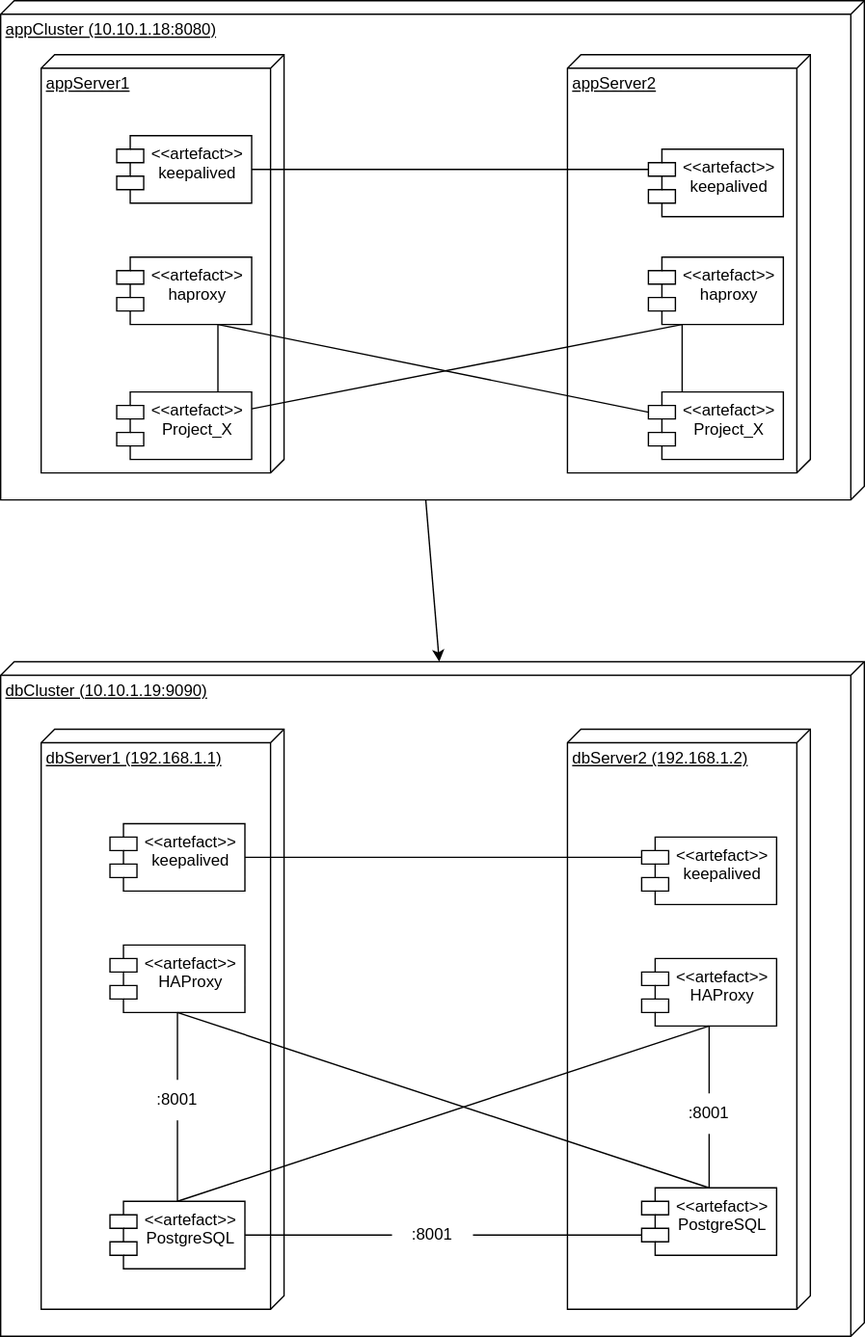
This is DeployDiagram.svg from LordOfPhys/project_x, a draw.io export, as it was before one commit. Source tidied: cells renumbered, new cells last; positions are measured from the earlier drawing's top-left corner, leaving out a move shared by most shapes.
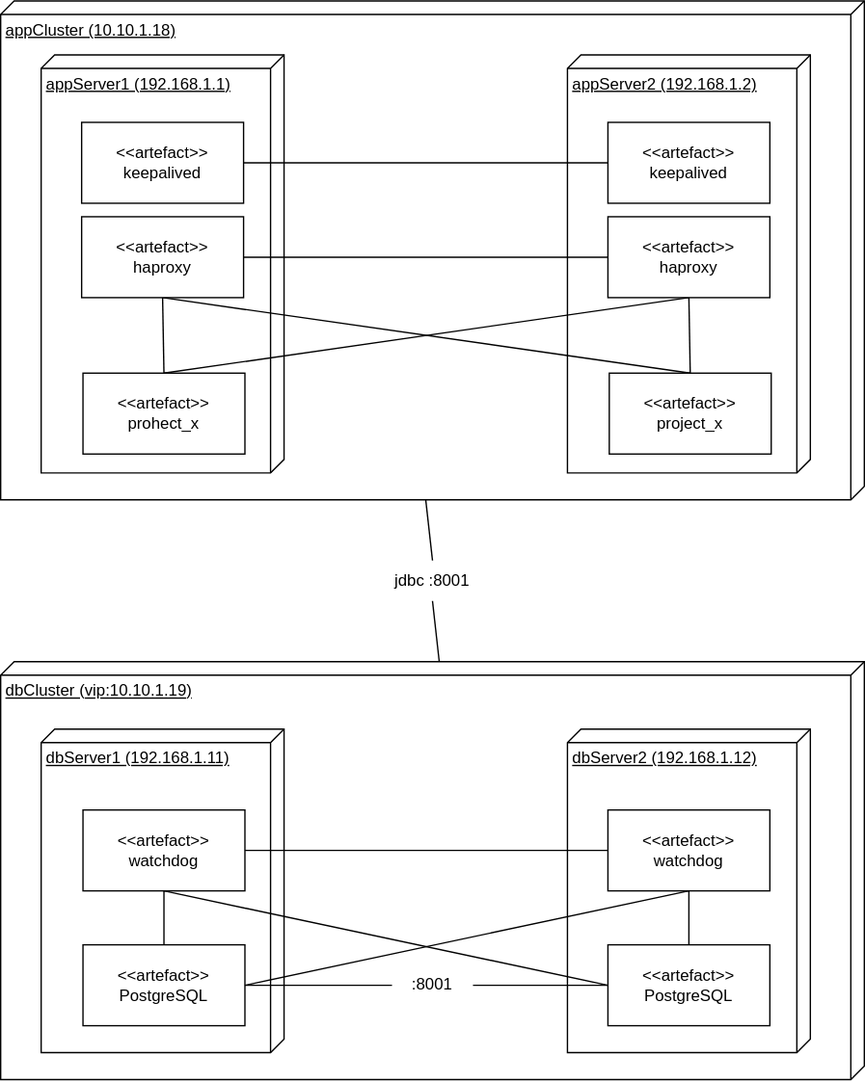
Later version of the same file.

What changed in the source:
```diff
@@ -2,113 +2,110 @@
   <root>
     <mxCell id="0" />
     <mxCell id="1" parent="0" />
-    <mxCell id="2" value="dbCluster (10.10.1.19:9090)" style="verticalAlign=top;align=left;spacingTop=8;spacingLeft=2;spacingRight=12;shape=cube;size=10;direction=south;fontStyle=4;html=1;" parent="1" vertex="1">
-      <mxGeometry y="490" width="640" height="500" as="geometry" />
+    <mxCell id="2" value="dbCluster (vip:10.10.1.19)" style="verticalAlign=top;align=left;spacingTop=8;spacingLeft=2;spacingRight=12;shape=cube;size=10;direction=south;fontStyle=4;html=1;" parent="1" vertex="1">
+      <mxGeometry y="490" width="640" height="310" as="geometry" />
     </mxCell>
-    <mxCell id="3" value="appCluster (10.10.1.18:8080)" style="verticalAlign=top;align=left;spacingTop=8;spacingLeft=2;spacingRight=12;shape=cube;size=10;direction=south;fontStyle=4;html=1;" parent="1" vertex="1">
+    <mxCell id="3" value="appCluster (10.10.1.18)" style="verticalAlign=top;align=left;spacingTop=8;spacingLeft=2;spacingRight=12;shape=cube;size=10;direction=south;fontStyle=4;html=1;" parent="1" vertex="1">
       <mxGeometry width="640" height="370" as="geometry" />
     </mxCell>
-    <mxCell id="4" value="appServer2" style="verticalAlign=top;align=left;spacingTop=8;spacingLeft=2;spacingRight=12;shape=cube;size=10;direction=south;fontStyle=4;html=1;" parent="1" vertex="1">
+    <mxCell id="4" value="appServer2 (192.168.1.2)" style="verticalAlign=top;align=left;spacingTop=8;spacingLeft=2;spacingRight=12;shape=cube;size=10;direction=south;fontStyle=4;html=1;" parent="1" vertex="1">
       <mxGeometry x="420" y="40" width="180" height="310" as="geometry" />
     </mxCell>
-    <mxCell id="5" value="dbServer1 (192.168.1.1)" style="verticalAlign=top;align=left;spacingTop=8;spacingLeft=2;spacingRight=12;shape=cube;size=10;direction=south;fontStyle=4;html=1;" parent="1" vertex="1">
-      <mxGeometry x="30" y="540" width="180" height="430" as="geometry" />
+    <mxCell id="5" value="dbServer1 (192.168.1.11)" style="verticalAlign=top;align=left;spacingTop=8;spacingLeft=2;spacingRight=12;shape=cube;size=10;direction=south;fontStyle=4;html=1;" parent="1" vertex="1">
+      <mxGeometry x="30" y="540" width="180" height="240" as="geometry" />
     </mxCell>
-    <mxCell id="6" value="dbServer2 (192.168.1.2)" style="verticalAlign=top;align=left;spacingTop=8;spacingLeft=2;spacingRight=12;shape=cube;size=10;direction=south;fontStyle=4;html=1;" parent="1" vertex="1">
-      <mxGeometry x="420" y="540" width="180" height="430" as="geometry" />
+    <mxCell id="6" value="dbServer2 (192.168.1.12)" style="verticalAlign=top;align=left;spacingTop=8;spacingLeft=2;spacingRight=12;shape=cube;size=10;direction=south;fontStyle=4;html=1;" parent="1" vertex="1">
+      <mxGeometry x="420" y="540" width="180" height="240" as="geometry" />
     </mxCell>
-    <mxCell id="7" value="appServer1" style="verticalAlign=top;align=left;spacingTop=8;spacingLeft=2;spacingRight=12;shape=cube;size=10;direction=south;fontStyle=4;html=1;" parent="1" vertex="1">
+    <mxCell id="7" value="appServer1 (192.168.1.1)" style="verticalAlign=top;align=left;spacingTop=8;spacingLeft=2;spacingRight=12;shape=cube;size=10;direction=south;fontStyle=4;html=1;" parent="1" vertex="1">
       <mxGeometry x="30" y="40" width="180" height="310" as="geometry" />
     </mxCell>
-    <mxCell id="8" value="&lt;&lt;artefact&gt;&gt;&#10;Project_X" style="shape=module;align=right;spacingLeft=20;align=center;verticalAlign=top;" parent="1" vertex="1">
-      <mxGeometry x="86" y="290" width="100" height="50" as="geometry" />
-    </mxCell>
-    <mxCell id="9" value="&lt;&lt;artefact&gt;&gt;&#10;Project_X" style="shape=module;align=left;spacingLeft=20;align=center;verticalAlign=top;" parent="1" vertex="1">
-      <mxGeometry x="480" y="290" width="100" height="50" as="geometry" />
-    </mxCell>
-    <mxCell id="10" value="&lt;&lt;artefact&gt;&gt;&#10;haproxy" style="shape=module;align=right;spacingLeft=20;align=center;verticalAlign=top;" parent="1" vertex="1">
-      <mxGeometry x="86" y="190" width="100" height="50" as="geometry" />
-    </mxCell>
-    <mxCell id="11" value="&lt;&lt;artefact&gt;&gt;&#10;haproxy" style="shape=module;align=right;spacingLeft=20;align=center;verticalAlign=top;" parent="1" vertex="1">
-      <mxGeometry x="480" y="190" width="100" height="50" as="geometry" />
-    </mxCell>
-    <mxCell id="12" style="endArrow=none;html=1;rounded=0;entryX=0.5;entryY=1;entryDx=0;entryDy=0;exitX=0.5;exitY=0;exitDx=0;exitDy=0;startArrow=none;" parent="1" edge="1" source="21" target="16">
-      <mxGeometry relative="1" as="geometry" />
-    </mxCell>
-    <mxCell id="13" value="&lt;&lt;artefact&gt;&gt;&#10;PostgreSQL" style="shape=module;align=right;spacingLeft=20;align=center;verticalAlign=top;" parent="1" vertex="1">
-      <mxGeometry x="81" y="890" width="100" height="50" as="geometry" />
-    </mxCell>
-    <mxCell id="14" value="&lt;&lt;artefact&gt;&gt;&#10;PostgreSQL" style="shape=module;align=right;spacingLeft=20;align=center;verticalAlign=top;" parent="1" vertex="1">
-      <mxGeometry x="475" y="880" width="100" height="50" as="geometry" />
-    </mxCell>
-    <mxCell id="15" value="&lt;&lt;artefact&gt;&gt;&#10;HAProxy" style="shape=module;align=right;spacingLeft=20;align=center;verticalAlign=top;" parent="1" vertex="1">
-      <mxGeometry x="81" y="700" width="100" height="50" as="geometry" />
-    </mxCell>
-    <mxCell id="16" value="&lt;&lt;artefact&gt;&gt;&#10;HAProxy" style="shape=module;align=right;spacingLeft=20;align=center;verticalAlign=top;" parent="1" vertex="1">
-      <mxGeometry x="475" y="710" width="100" height="50" as="geometry" />
-    </mxCell>
-    <mxCell id="17" style="endArrow=none;html=1;rounded=0;entryX=0.5;entryY=1;entryDx=0;entryDy=0;exitX=0.5;exitY=0;exitDx=0;exitDy=0;startArrow=none;" parent="1" edge="1" source="23" target="15">
-      <mxGeometry relative="1" as="geometry" />
-    </mxCell>
-    <mxCell id="18" style="endArrow=none;html=1;rounded=0;entryX=1;entryY=0.5;entryDx=0;entryDy=0;exitX=0;exitY=0.5;exitDx=0;exitDy=0;startArrow=none;" parent="1" edge="1" source="28" target="13">
+    <mxCell id="18" style="endArrow=none;html=1;rounded=0;entryX=1;entryY=0.5;entryDx=0;entryDy=0;exitX=0;exitY=0.5;exitDx=0;exitDy=0;startArrow=none;" parent="1" edge="1" source="28" target="43">
       <mxGeometry relative="1" as="geometry" />
     </mxCell>
-    <mxCell id="19" style="endArrow=none;html=1;rounded=0;entryX=0.5;entryY=1;entryDx=0;entryDy=0;exitX=0.5;exitY=0;exitDx=0;exitDy=0;" parent="1" edge="1" source="14" target="15">
-      <mxGeometry relative="1" as="geometry" />
-    </mxCell>
-    <mxCell id="20" style="endArrow=none;html=1;rounded=0;entryX=0.5;entryY=1;entryDx=0;entryDy=0;exitX=0.5;exitY=0;exitDx=0;exitDy=0;" parent="1" edge="1" source="13" target="16">
-      <mxGeometry relative="1" as="geometry" />
-    </mxCell>
-    <mxCell id="21" value=":8001" style="text;html=1;strokeColor=none;fillColor=none;align=center;verticalAlign=middle;whiteSpace=wrap;rounded=0;" parent="1" vertex="1">
-      <mxGeometry x="495" y="810" width="60" height="30" as="geometry" />
-    </mxCell>
-    <mxCell id="22" style="endArrow=none;html=1;rounded=0;entryX=0.5;entryY=1;entryDx=0;entryDy=0;exitX=0.5;exitY=0;exitDx=0;exitDy=0;" parent="1" edge="1" source="14" target="21">
-      <mxGeometry relative="1" as="geometry" />
-    </mxCell>
-    <mxCell id="23" value=":8001" style="text;html=1;strokeColor=none;fillColor=none;align=center;verticalAlign=middle;whiteSpace=wrap;rounded=0;" parent="1" vertex="1">
-      <mxGeometry x="101" y="800" width="60" height="30" as="geometry" />
-    </mxCell>
-    <mxCell id="24" style="endArrow=none;html=1;rounded=0;entryX=0.5;entryY=1;entryDx=0;entryDy=0;exitX=0.5;exitY=0;exitDx=0;exitDy=0;" parent="1" edge="1" source="13" target="23">
-      <mxGeometry relative="1" as="geometry" />
-    </mxCell>
-    <mxCell id="25" value="&lt;&lt;artefact&gt;&gt;&#10;keepalived" style="shape=module;align=right;spacingLeft=20;align=center;verticalAlign=top;" parent="1" vertex="1">
-      <mxGeometry x="81" y="610" width="100" height="50" as="geometry" />
-    </mxCell>
-    <mxCell id="26" value="&lt;&lt;artefact&gt;&gt;&#10;keepalived" style="shape=module;align=right;spacingLeft=20;align=center;verticalAlign=top;" parent="1" vertex="1">
-      <mxGeometry x="475" y="620" width="100" height="50" as="geometry" />
-    </mxCell>
-    <mxCell id="27" style="endArrow=none;html=1;rounded=0;entryX=1;entryY=0.5;entryDx=0;entryDy=0;exitX=0;exitY=0;exitDx=0;exitDy=15;exitPerimeter=0;" parent="1" edge="1" source="26" target="25">
-      <mxGeometry relative="1" as="geometry" />
-    </mxCell>
     <mxCell id="28" value=":8001" style="text;html=1;strokeColor=none;fillColor=none;align=center;verticalAlign=middle;whiteSpace=wrap;rounded=0;" parent="1" vertex="1">
-      <mxGeometry x="290" y="900" width="60" height="30" as="geometry" />
+      <mxGeometry x="290" y="715" width="60" height="30" as="geometry" />
     </mxCell>
-    <mxCell id="29" style="endArrow=none;html=1;rounded=0;entryX=1;entryY=0.5;entryDx=0;entryDy=0;exitX=0;exitY=0;exitDx=0;exitDy=35;exitPerimeter=0;" parent="1" edge="1" source="14" target="28">
+    <mxCell id="29" style="endArrow=none;html=1;rounded=0;entryX=1;entryY=0.5;entryDx=0;entryDy=0;exitX=0;exitY=0.5;exitDx=0;exitDy=0;" parent="1" edge="1" source="44" target="28">
       <mxGeometry relative="1" as="geometry" />
     </mxCell>
-    <mxCell id="30" value="&lt;&lt;artefact&gt;&gt;&#10;keepalived" style="shape=module;align=right;spacingLeft=20;align=center;verticalAlign=top;" parent="1" vertex="1">
-      <mxGeometry x="86" y="100" width="100" height="50" as="geometry" />
-    </mxCell>
-    <mxCell id="31" style="endArrow=none;html=1;rounded=0;entryX=1;entryY=0.5;entryDx=0;entryDy=0;exitX=0;exitY=0;exitDx=0;exitDy=15;exitPerimeter=0;" parent="1" edge="1" source="32" target="30">
+    <mxCell id="31" style="endArrow=none;html=1;rounded=0;entryX=1;entryY=0.5;entryDx=0;entryDy=0;exitX=0;exitY=0.5;exitDx=0;exitDy=0;" parent="1" edge="1" source="51" target="50">
       <mxGeometry relative="1" as="geometry" />
     </mxCell>
-    <mxCell id="32" value="&lt;&lt;artefact&gt;&gt;&#10;keepalived" style="shape=module;align=right;spacingLeft=20;align=center;verticalAlign=top;" parent="1" vertex="1">
-      <mxGeometry x="480" y="110" width="100" height="50" as="geometry" />
-    </mxCell>
-    <mxCell id="33" style="endArrow=none;html=1;rounded=0;entryX=0.75;entryY=1;entryDx=0;entryDy=0;exitX=0;exitY=0;exitDx=0;exitDy=15;exitPerimeter=0;" parent="1" edge="1" source="9" target="10">
+    <mxCell id="33" style="endArrow=none;html=1;rounded=0;entryX=0.5;entryY=1;entryDx=0;entryDy=0;exitX=0.5;exitY=0;exitDx=0;exitDy=0;" parent="1" edge="1" source="57" target="52">
       <mxGeometry relative="1" as="geometry" />
     </mxCell>
-    <mxCell id="34" style="endArrow=none;html=1;rounded=0;entryX=0.75;entryY=1;entryDx=0;entryDy=0;exitX=0.75;exitY=0;exitDx=0;exitDy=0;" parent="1" edge="1" source="8" target="10">
-      <mxGeometry relative="1" as="geometry" />
-    </mxCell>
-    <mxCell id="35" style="endArrow=none;html=1;rounded=0;exitX=0.25;exitY=1;exitDx=0;exitDy=0;entryX=1;entryY=0.25;entryDx=0;entryDy=0;" parent="1" edge="1" source="11" target="8">
+    <mxCell id="35" style="endArrow=none;html=1;rounded=0;exitX=0.5;exitY=1;exitDx=0;exitDy=0;entryX=0.5;entryY=0;entryDx=0;entryDy=0;" parent="1" edge="1" source="53" target="55">
       <mxGeometry relative="1" as="geometry" />
     </mxCell>
-    <mxCell id="36" style="endArrow=none;html=1;rounded=0;entryX=0.25;entryY=0;entryDx=0;entryDy=0;exitX=0.25;exitY=1;exitDx=0;exitDy=0;" parent="1" edge="1" source="11" target="9">
-      <mxGeometry relative="1" as="geometry" />
+    <mxCell id="36" style="endArrow=none;html=1;rounded=0;entryX=0.25;entryY=0;entryDx=0;entryDy=0;exitX=0.25;exitY=1;exitDx=0;exitDy=0;" parent="1" edge="1">
+      <mxGeometry relative="1" as="geometry">
+        <mxPoint x="505" y="280" as="sourcePoint" />
+        <mxPoint x="505" y="290" as="targetPoint" />
+      </mxGeometry>
     </mxCell>
-    <mxCell id="37" style="endArrow=classic;html=1;rounded=0;entryX=0;entryY=0;entryDx=0;entryDy=315;entryPerimeter=0;exitX=0;exitY=0;exitDx=370;exitDy=325;exitPerimeter=0;" parent="1" edge="1" source="3" target="2">
-      <mxGeometry relative="1" as="geometry" />
-    </mxCell>
+    <mxCell id="38" style="endArrow=none;html=1;rounded=0;entryX=0;entryY=0;entryDx=0;entryDy=315;entryPerimeter=0;exitX=0.5;exitY=1;exitDx=0;exitDy=0;startArrow=none;" parent="1" edge="1" source="39" target="2">
+      <mxGeometry relative="1" as="geometry" />
+    </mxCell>
+    <mxCell id="39" value="jdbc :8001" style="text;html=1;strokeColor=none;fillColor=none;align=center;verticalAlign=middle;whiteSpace=wrap;rounded=0;" parent="1" vertex="1">
+      <mxGeometry x="290" y="415" width="60" height="30" as="geometry" />
+    </mxCell>
+    <mxCell id="40" style="endArrow=none;html=1;rounded=0;entryX=0.5;entryY=0;entryDx=0;entryDy=0;exitX=0;exitY=0;exitDx=370;exitDy=325;exitPerimeter=0;" parent="1" edge="1" source="3" target="39">
+      <mxGeometry relative="1" as="geometry" />
+    </mxCell>
+    <mxCell id="41" value="&amp;lt;&amp;lt;artefact&amp;gt;&amp;gt;&lt;br style=&quot;padding: 0px; margin: 0px;&quot;&gt;watchdog" style="rounded=0;whiteSpace=wrap;html=1;" parent="1" vertex="1">
+      <mxGeometry x="61" y="600" width="120" height="60" as="geometry" />
+    </mxCell>
+    <mxCell id="42" value="&amp;lt;&amp;lt;artefact&amp;gt;&amp;gt;&lt;br style=&quot;padding: 0px; margin: 0px;&quot;&gt;watchdog" style="rounded=0;whiteSpace=wrap;html=1;" parent="1" vertex="1">
+      <mxGeometry x="450" y="600" width="120" height="60" as="geometry" />
+    </mxCell>
+    <mxCell id="43" value="&amp;lt;&amp;lt;artefact&amp;gt;&amp;gt;&lt;br style=&quot;padding: 0px; margin: 0px;&quot;&gt;PostgreSQL" style="rounded=0;whiteSpace=wrap;html=1;" parent="1" vertex="1">
+      <mxGeometry x="61" y="700" width="120" height="60" as="geometry" />
+    </mxCell>
+    <mxCell id="44" value="&amp;lt;&amp;lt;artefact&amp;gt;&amp;gt;&lt;br style=&quot;padding: 0px; margin: 0px;&quot;&gt;PostgreSQL" style="rounded=0;whiteSpace=wrap;html=1;" parent="1" vertex="1">
+      <mxGeometry x="450" y="700" width="120" height="60" as="geometry" />
+    </mxCell>
+    <mxCell id="45" style="endArrow=none;html=1;rounded=0;exitX=1;exitY=0.5;exitDx=0;exitDy=0;entryX=0;entryY=0.5;entryDx=0;entryDy=0;" parent="1" edge="1" source="41" target="42">
+      <mxGeometry relative="1" as="geometry" />
+    </mxCell>
+    <mxCell id="46" style="endArrow=none;html=1;rounded=0;entryX=0.5;entryY=1;entryDx=0;entryDy=0;exitX=0.5;exitY=0;exitDx=0;exitDy=0;" parent="1" edge="1" source="43" target="41">
+      <mxGeometry relative="1" as="geometry" />
+    </mxCell>
+    <mxCell id="47" style="endArrow=none;html=1;rounded=0;exitX=0.5;exitY=1;exitDx=0;exitDy=0;entryX=0;entryY=0.5;entryDx=0;entryDy=0;" parent="1" edge="1" source="41" target="44">
+      <mxGeometry relative="1" as="geometry" />
+    </mxCell>
+    <mxCell id="48" style="endArrow=none;html=1;rounded=0;exitX=1;exitY=0.5;exitDx=0;exitDy=0;entryX=0.5;entryY=1;entryDx=0;entryDy=0;" parent="1" edge="1" source="43" target="42">
+      <mxGeometry relative="1" as="geometry" />
+    </mxCell>
+    <mxCell id="49" style="endArrow=none;html=1;rounded=0;exitX=0.5;exitY=0;exitDx=0;exitDy=0;entryX=0.5;entryY=1;entryDx=0;entryDy=0;" parent="1" edge="1" source="44" target="42">
+      <mxGeometry relative="1" as="geometry" />
+    </mxCell>
+    <mxCell id="50" value="&amp;lt;&amp;lt;artefact&amp;gt;&amp;gt;&lt;br style=&quot;padding: 0px; margin: 0px;&quot;&gt;keepalived" style="rounded=0;whiteSpace=wrap;html=1;" parent="1" vertex="1">
+      <mxGeometry x="60" y="90" width="120" height="60" as="geometry" />
+    </mxCell>
+    <mxCell id="51" value="&amp;lt;&amp;lt;artefact&amp;gt;&amp;gt;&lt;br style=&quot;padding: 0px; margin: 0px;&quot;&gt;keepalived" style="rounded=0;whiteSpace=wrap;html=1;" parent="1" vertex="1">
+      <mxGeometry x="450" y="90" width="120" height="60" as="geometry" />
+    </mxCell>
+    <mxCell id="52" value="&amp;lt;&amp;lt;artefact&amp;gt;&amp;gt;&lt;br style=&quot;padding: 0px; margin: 0px;&quot;&gt;haproxy" style="rounded=0;whiteSpace=wrap;html=1;" parent="1" vertex="1">
+      <mxGeometry x="60" y="160" width="120" height="60" as="geometry" />
+    </mxCell>
+    <mxCell id="53" value="&amp;lt;&amp;lt;artefact&amp;gt;&amp;gt;&lt;br style=&quot;padding: 0px; margin: 0px;&quot;&gt;haproxy" style="rounded=0;whiteSpace=wrap;html=1;" parent="1" vertex="1">
+      <mxGeometry x="450" y="160" width="120" height="60" as="geometry" />
+    </mxCell>
+    <mxCell id="54" style="endArrow=none;html=1;rounded=0;entryX=1;entryY=0.5;entryDx=0;entryDy=0;exitX=0;exitY=0.5;exitDx=0;exitDy=0;" parent="1" edge="1" source="53" target="52">
+      <mxGeometry relative="1" as="geometry" />
+    </mxCell>
+    <mxCell id="55" value="&amp;lt;&amp;lt;artefact&amp;gt;&amp;gt;&lt;br style=&quot;padding: 0px; margin: 0px;&quot;&gt;prohect_x" style="rounded=0;whiteSpace=wrap;html=1;" parent="1" vertex="1">
+      <mxGeometry x="61" y="276" width="120" height="60" as="geometry" />
+    </mxCell>
+    <mxCell id="56" style="endArrow=none;html=1;rounded=0;entryX=0.5;entryY=1;entryDx=0;entryDy=0;exitX=0.5;exitY=0;exitDx=0;exitDy=0;" parent="1" edge="1" source="55" target="52">
+      <mxGeometry relative="1" as="geometry" />
+    </mxCell>
+    <mxCell id="57" value="&amp;lt;&amp;lt;artefact&amp;gt;&amp;gt;&lt;br style=&quot;padding: 0px; margin: 0px;&quot;&gt;project_x" style="rounded=0;whiteSpace=wrap;html=1;" parent="1" vertex="1">
+      <mxGeometry x="451" y="276" width="120" height="60" as="geometry" />
+    </mxCell>
+    <mxCell id="58" style="endArrow=none;html=1;rounded=0;entryX=0.5;entryY=1;entryDx=0;entryDy=0;exitX=0.5;exitY=0;exitDx=0;exitDy=0;" parent="1" edge="1" source="57" target="53">
+      <mxGeometry relative="1" as="geometry" />
+    </mxCell>
   </root>
 </mxGraphModel>
```
